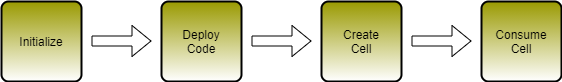
jordanmack/developer-training-course-documentation keeps this draw.io diagram as .gitbook/assets/example-flow.png. Above is the earlier version. Source tidied: cells renumbered, new cells last; positions are measured from the earlier drawing's top-left corner, leaving out a move shared by most shapes.
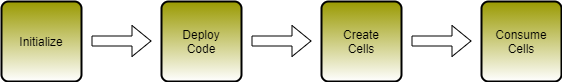
The same file after the commit.

Commit message:
GitBook: [master] 38 pages and one asset modified

Change to the diagram source:
```diff
@@ -26,10 +26,10 @@
     <mxCell id="6" value="Deploy&lt;br&gt;Code" style="rounded=1;whiteSpace=wrap;html=1;absoluteArcSize=1;arcSize=14;strokeWidth=2;gradientColor=#ffffff;fillColor=#999900;" parent="1" vertex="1">
       <mxGeometry x="160" width="80" height="80" as="geometry" />
     </mxCell>
-    <mxCell id="7" value="Create&lt;br&gt;Cell" style="rounded=1;whiteSpace=wrap;html=1;absoluteArcSize=1;arcSize=14;strokeWidth=2;gradientColor=#ffffff;fillColor=#999900;" parent="1" vertex="1">
+    <mxCell id="7" value="Create&lt;br&gt;Cells" style="rounded=1;whiteSpace=wrap;html=1;absoluteArcSize=1;arcSize=14;strokeWidth=2;gradientColor=#ffffff;fillColor=#999900;" parent="1" vertex="1">
       <mxGeometry x="320" width="80" height="80" as="geometry" />
     </mxCell>
-    <mxCell id="8" value="Consume&lt;br&gt;Cell" style="rounded=1;whiteSpace=wrap;html=1;absoluteArcSize=1;arcSize=14;strokeWidth=2;gradientColor=#ffffff;fillColor=#999900;" parent="1" vertex="1">
+    <mxCell id="8" value="Consume&lt;br&gt;Cells" style="rounded=1;whiteSpace=wrap;html=1;absoluteArcSize=1;arcSize=14;strokeWidth=2;gradientColor=#ffffff;fillColor=#999900;" parent="1" vertex="1">
       <mxGeometry x="480" width="80" height="80" as="geometry" />
     </mxCell>
   </root>
```
